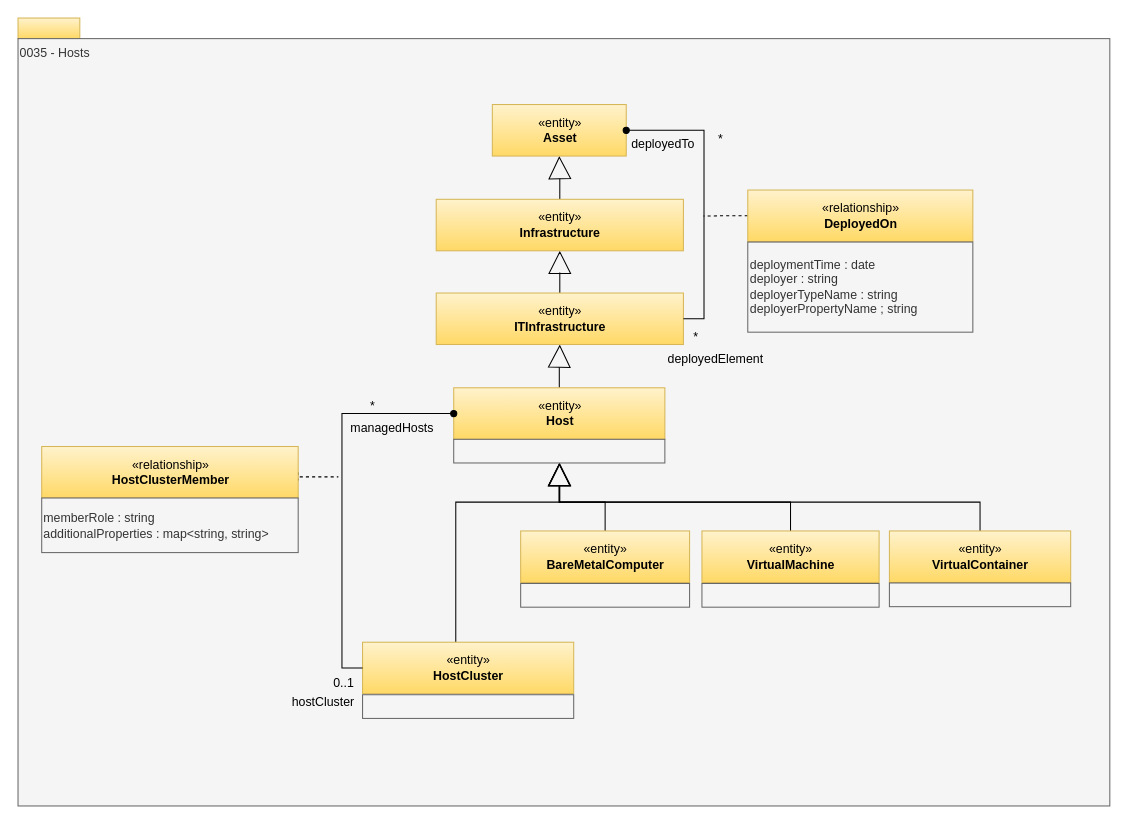
Earlier version of the draw.io diagram page "0035-Complex-Hosts" (22 of 33) of site/docs/types/0/area-0-basic-types-and-infrastructure.drawio (odpi/egeria-docs). Source tidied: cells renumbered, new cells numbered last; positions are measured from the earlier drawing's top-left corner, leaving out a move shared by most shapes. Both pictures are drawn from the tidied source at 103%, with x=0, y=0 at pixel (18, 18).
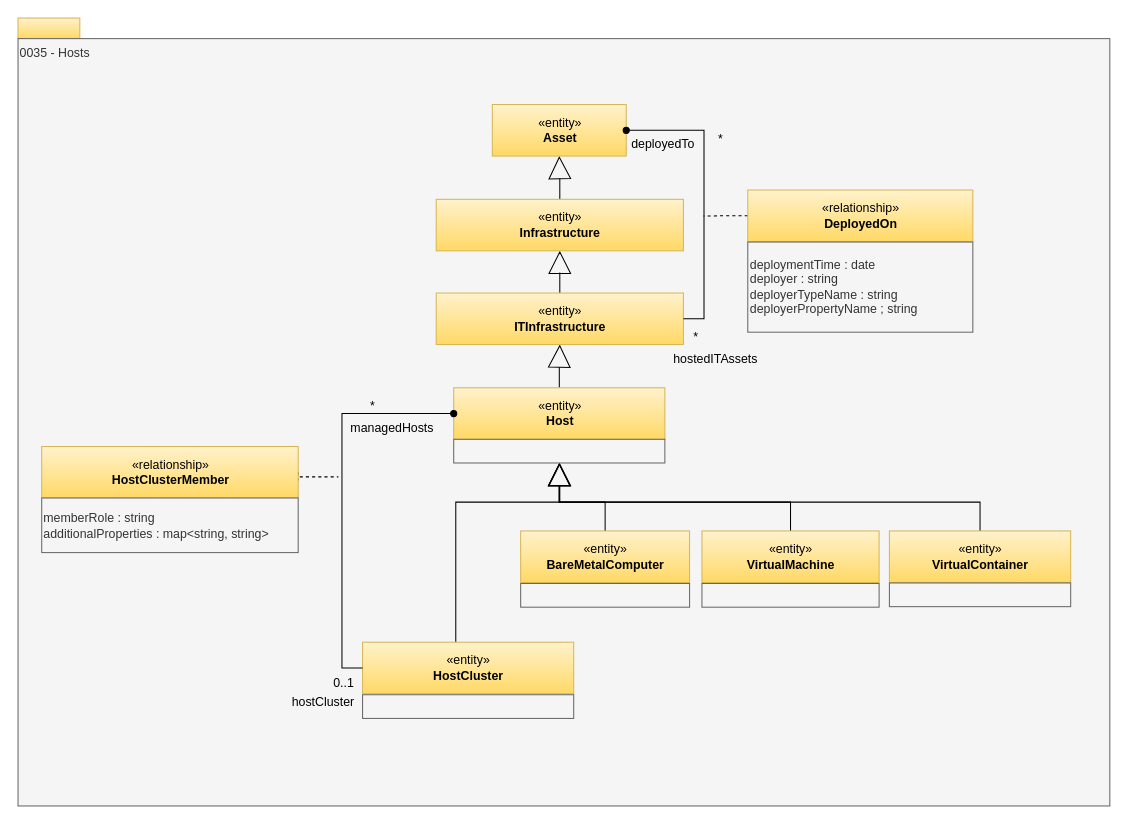
The same diagram, later.

Commit message (it also covers changes not shown here):
Minor updates to types UML diagrams

Change to the diagram source:
```diff
@@
-    <mxCell id="24" value="deployedElement" style="text;html=1;align=center;verticalAlign=top;spacingTop=-4;" parent="1" vertex="1">
-      <mxGeometry x="625" y="321" width="103" height="14" as="geometry" />
+    <mxCell id="24" value="hostedITAssets" style="text;html=1;align=center;verticalAlign=top;spacingTop=-4;" parent="1" vertex="1">
+      <mxGeometry x="627" y="321" width="100" height="20" as="geometry" />
     </mxCell>
```
